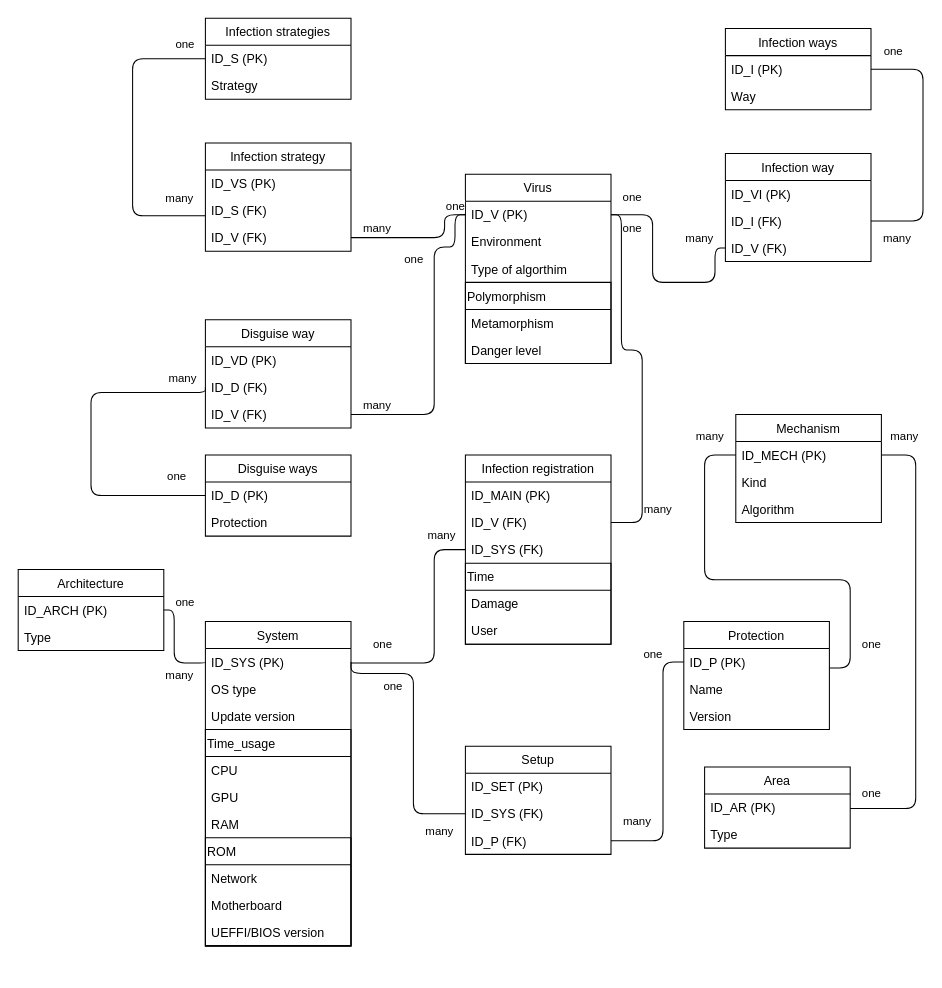
This is VirusAttack.drawio from IcyAltair/Virus-attack-DB, a draw.io file, before an edit. Source tidied: cells renumbered, new cells numbered last; positions are measured from the earlier drawing's top-left corner, leaving out a move shared by most shapes. Both pictures are drawn from the tidied source at 104%, with x=0, y=0 at pixel (18, 18).
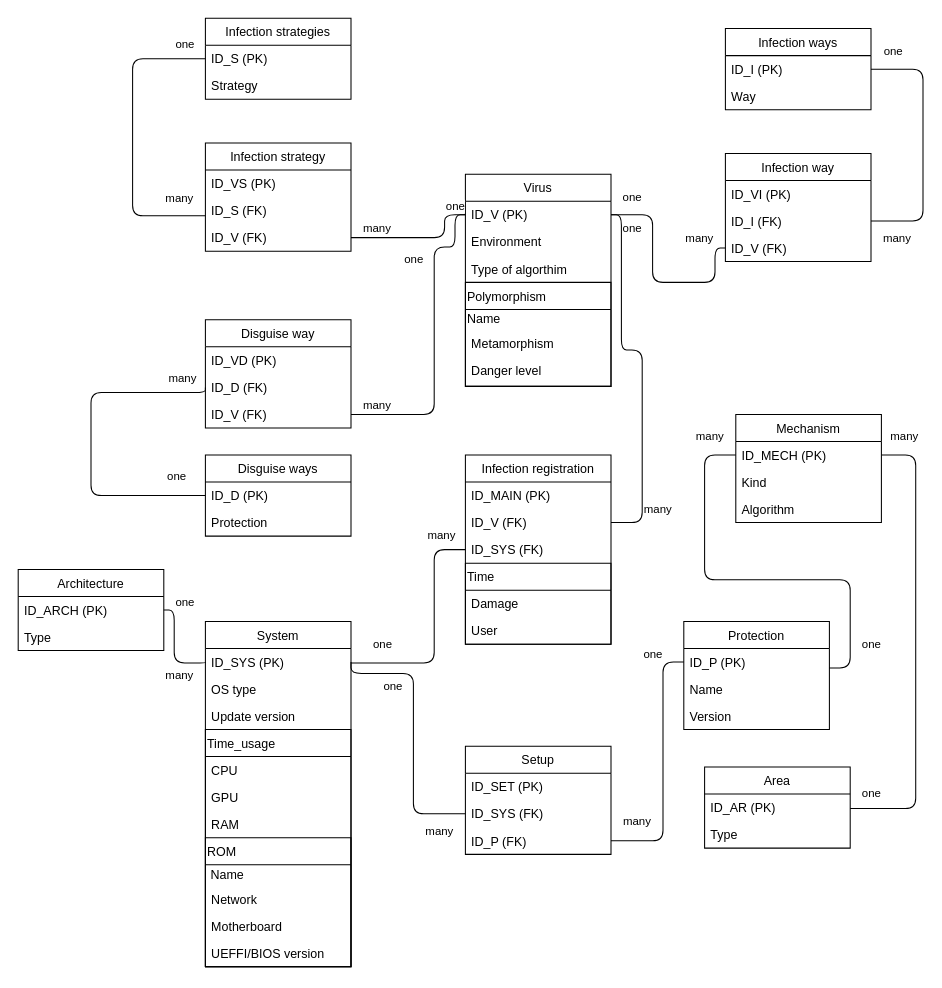
After the change.

What changed in the source:
```diff
@@
     <mxCell id="2" value="Virus" style="swimlane;fontStyle=0;horizontal=1;startSize=26;fillColor=none;" parent="1" vertex="1">
-      <mxGeometry x="430" y="150" width="140" height="182" as="geometry" />
+      <mxGeometry x="430" y="150" width="140" height="204" as="geometry" />
     </mxCell>
@@
     <mxCell id="6" value="Polymorphism" style="swimlane;fontStyle=0;horizontal=1;startSize=26;fillColor=none;align=left;verticalAlign=top;spacingRight=4;" parent="2" vertex="1">
-      <mxGeometry y="104" width="140" height="78" as="geometry" />
+      <mxGeometry y="104" width="140" height="100" as="geometry" />
     </mxCell>
+    <mxCell id="106" value="Name" style="text;html=1;strokeColor=none;fillColor=none;align=left;verticalAlign=middle;whiteSpace=wrap;rounded=0;" parent="6" vertex="1">
+      <mxGeometry y="26" width="140" height="20" as="geometry" />
+    </mxCell>
     <mxCell id="7" value="Metamorphism" style="text;strokeColor=none;fillColor=none;align=left;verticalAlign=top;spacingLeft=4;spacingRight=4;overflow=hidden;" parent="6" vertex="1">
-      <mxGeometry y="26" width="140" height="26" as="geometry" />
+      <mxGeometry y="46" width="140" height="26" as="geometry" />
     </mxCell>
     <mxCell id="8" value="Danger level" style="text;strokeColor=none;fillColor=none;align=left;verticalAlign=top;spacingLeft=4;spacingRight=4;overflow=hidden;" parent="6" vertex="1">
-      <mxGeometry y="52" width="140" height="26" as="geometry" />
+      <mxGeometry y="72" width="140" height="28" as="geometry" />
     </mxCell>
@@
     <mxCell id="46" value="System" style="swimlane;fontStyle=0;horizontal=1;startSize=26;fillColor=none;align=center;" parent="1" vertex="1">
-      <mxGeometry x="180" y="580" width="140" height="312" as="geometry" />
+      <mxGeometry x="180" y="580" width="140" height="332" as="geometry" />
     </mxCell>
@@
     <mxCell id="50" value="Time_usage" style="swimlane;fontStyle=0;horizontal=1;startSize=26;fillColor=none;align=left;" parent="46" vertex="1">
-      <mxGeometry y="104" width="140" height="208" as="geometry" />
+      <mxGeometry y="104" width="140" height="228" as="geometry" />
     </mxCell>
@@
     <mxCell id="54" value="ROM" style="swimlane;fontStyle=0;horizontal=1;startSize=26;fillColor=none;align=left;" parent="50" vertex="1">
-      <mxGeometry y="104" width="140" height="104" as="geometry" />
+      <mxGeometry y="104" width="140" height="124" as="geometry" />
     </mxCell>
+    <mxCell id="107" value="&amp;nbsp;Name" style="text;html=1;strokeColor=none;fillColor=none;align=left;verticalAlign=middle;whiteSpace=wrap;rounded=0;" parent="54" vertex="1">
+      <mxGeometry y="26" width="140" height="20" as="geometry" />
+    </mxCell>
     <mxCell id="55" value="Network" style="text;strokeColor=none;fillColor=none;align=left;verticalAlign=top;spacingLeft=4;spacingRight=4;overflow=hidden;" parent="54" vertex="1">
-      <mxGeometry y="26" width="140" height="26" as="geometry" />
+      <mxGeometry y="46" width="140" height="26" as="geometry" />
     </mxCell>
     <mxCell id="56" value="Motherboard" style="text;strokeColor=none;fillColor=none;align=left;verticalAlign=top;spacingLeft=4;spacingRight=4;overflow=hidden;" parent="54" vertex="1">
-      <mxGeometry y="52" width="140" height="26" as="geometry" />
+      <mxGeometry y="72" width="140" height="26" as="geometry" />
     </mxCell>
     <mxCell id="57" value="UEFFI/BIOS version" style="text;strokeColor=none;fillColor=none;align=left;verticalAlign=top;spacingLeft=4;spacingRight=4;overflow=hidden;" parent="54" vertex="1">
-      <mxGeometry y="78" width="140" height="26" as="geometry" />
+      <mxGeometry y="98" width="140" height="26" as="geometry" />
     </mxCell>
```
